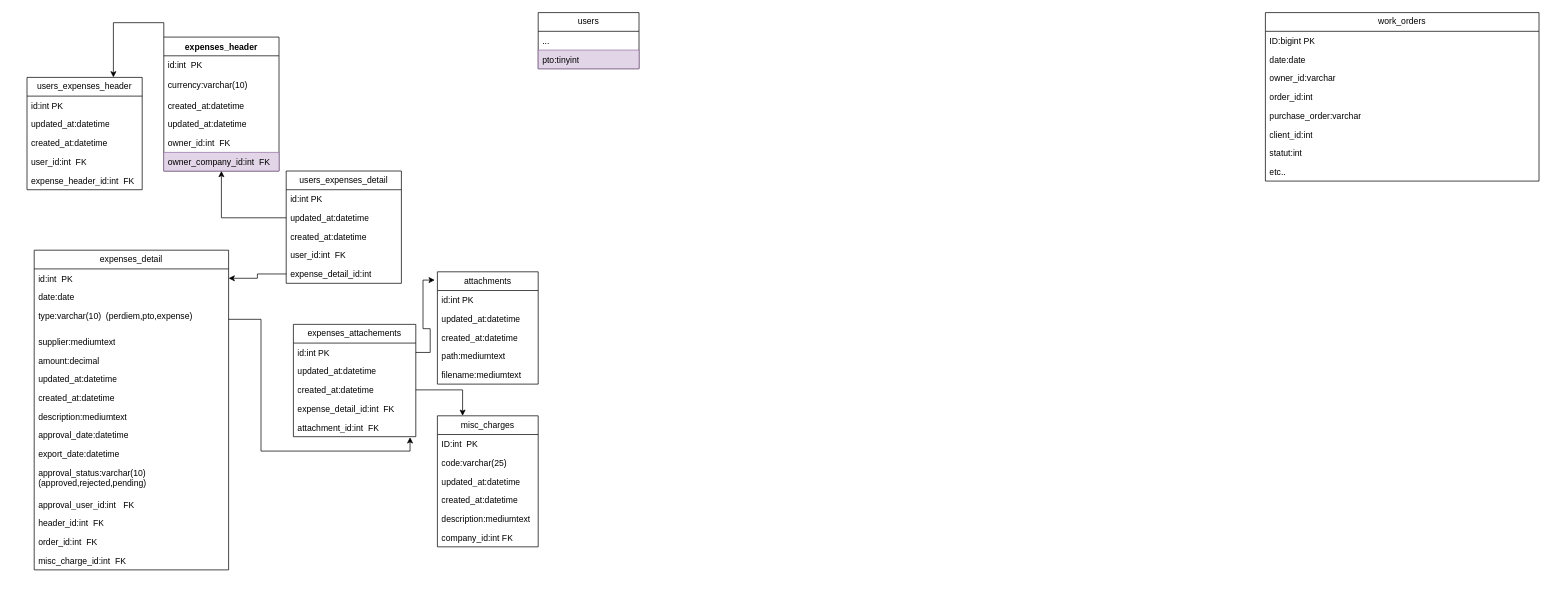
Earlier version of the draw.io diagram Expenses.drawio (antoineQualtech/DanswerFrontEnd-). Source tidied: cells renumbered, new cells numbered last; positions are measured from the earlier drawing's top-left corner, leaving out a move shared by most shapes. Both pictures are drawn from the tidied source at 72%, with x=0, y=0 at pixel (27, 12).
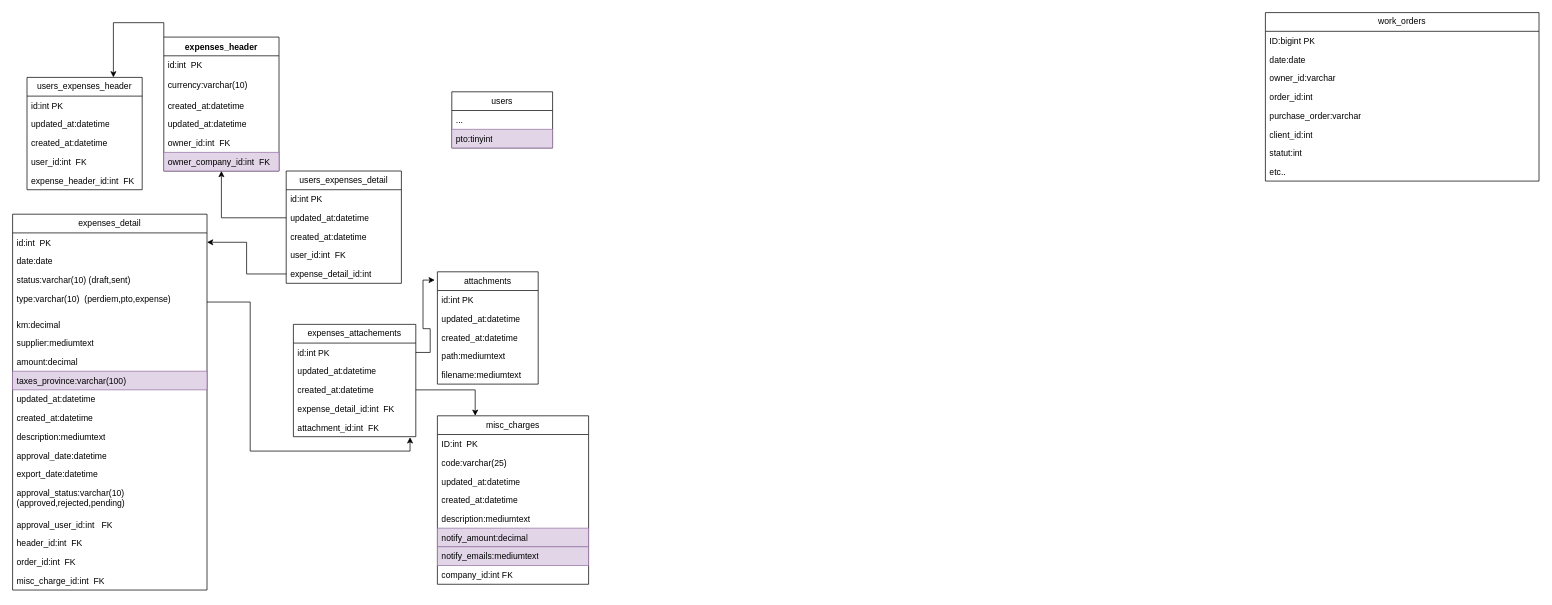
After the change.

Commit message:
Mettre à jour Expenses.drawio

What changed in the source:
```diff
@@
     <mxCell id="19" value="expenses_detail" style="swimlane;fontStyle=0;horizontal=1;startSize=26;fillColor=none;whiteSpace=wrap;html=1;" parent="1" vertex="1">
-      <mxGeometry x="10" y="330" width="270" height="444" as="geometry" />
+      <mxGeometry x="-20" y="280" width="270" height="522" as="geometry" />
     </mxCell>
@@
+    <mxCell id="74" value="status:varchar(10) (draft,sent)" style="text;strokeColor=none;fillColor=none;align=left;verticalAlign=top;spacingLeft=4;spacingRight=4;overflow=hidden;whiteSpace=wrap;html=1;" parent="19" vertex="1">
+      <mxGeometry y="78" width="270" height="26" as="geometry" />
+    </mxCell>
     <mxCell id="22" value="type:varchar(10)&amp;nbsp; (perdiem,pto,expense)" style="text;strokeColor=none;fillColor=none;align=left;verticalAlign=top;spacingLeft=4;spacingRight=4;overflow=hidden;points=[[0,0.5],[1,0.5]];portConstraint=eastwest;whiteSpace=wrap;html=1;" parent="19" vertex="1">
-      <mxGeometry y="78" width="270" height="36" as="geometry" />
+      <mxGeometry y="104" width="270" height="36" as="geometry" />
     </mxCell>
+    <mxCell id="75" value="km:decimal" style="text;strokeColor=none;fillColor=none;align=left;verticalAlign=top;spacingLeft=4;spacingRight=4;overflow=hidden;whiteSpace=wrap;html=1;" parent="19" vertex="1">
+      <mxGeometry y="140" width="270" height="26" as="geometry" />
+    </mxCell>
     <mxCell id="23" value="supplier:mediumtext" style="text;strokeColor=none;fillColor=none;align=left;verticalAlign=top;spacingLeft=4;spacingRight=4;overflow=hidden;whiteSpace=wrap;html=1;" parent="19" vertex="1">
-      <mxGeometry y="114" width="270" height="26" as="geometry" />
+      <mxGeometry y="166" width="270" height="26" as="geometry" />
     </mxCell>
     <mxCell id="24" value="amount:decimal" style="text;strokeColor=none;fillColor=none;align=left;verticalAlign=top;spacingLeft=4;spacingRight=4;overflow=hidden;whiteSpace=wrap;html=1;" parent="19" vertex="1">
-      <mxGeometry y="140" width="270" height="26" as="geometry" />
+      <mxGeometry y="192" width="270" height="26" as="geometry" />
     </mxCell>
+    <mxCell id="76" value="&lt;span&gt;taxes_province:varchar(100)&lt;/span&gt;" style="text;strokeColor=#9673a6;fillColor=#e1d5e7;align=left;verticalAlign=top;spacingLeft=4;spacingRight=4;overflow=hidden;whiteSpace=wrap;html=1;" parent="19" vertex="1">
+      <mxGeometry y="218" width="270" height="26" as="geometry" />
+    </mxCell>
     <mxCell id="25" value="updated_at:datetime" style="text;strokeColor=none;fillColor=none;align=left;verticalAlign=top;spacingLeft=4;spacingRight=4;overflow=hidden;whiteSpace=wrap;html=1;" parent="19" vertex="1">
-      <mxGeometry y="166" width="270" height="26" as="geometry" />
+      <mxGeometry y="244" width="270" height="26" as="geometry" />
     </mxCell>
     <mxCell id="26" value="created_at:datetime" style="text;strokeColor=none;fillColor=none;align=left;verticalAlign=top;spacingLeft=4;spacingRight=4;overflow=hidden;whiteSpace=wrap;html=1;" parent="19" vertex="1">
-      <mxGeometry y="192" width="270" height="26" as="geometry" />
+      <mxGeometry y="270" width="270" height="26" as="geometry" />
     </mxCell>
     <mxCell id="27" value="description:mediumtext" style="text;strokeColor=none;fillColor=none;align=left;verticalAlign=top;spacingLeft=4;spacingRight=4;overflow=hidden;whiteSpace=wrap;html=1;" parent="19" vertex="1">
-      <mxGeometry y="218" width="270" height="26" as="geometry" />
+      <mxGeometry y="296" width="270" height="26" as="geometry" />
     </mxCell>
     <mxCell id="28" value="approval_date:datetime" style="text;strokeColor=none;fillColor=none;align=left;verticalAlign=top;spacingLeft=4;spacingRight=4;overflow=hidden;whiteSpace=wrap;html=1;" parent="19" vertex="1">
-      <mxGeometry y="244" width="270" height="26" as="geometry" />
+      <mxGeometry y="322" width="270" height="26" as="geometry" />
     </mxCell>
     <mxCell id="29" value="export_date:datetime" style="text;strokeColor=none;fillColor=none;align=left;verticalAlign=top;spacingLeft=4;spacingRight=4;overflow=hidden;whiteSpace=wrap;html=1;" parent="19" vertex="1">
-      <mxGeometry y="270" width="270" height="26" as="geometry" />
+      <mxGeometry y="348" width="270" height="26" as="geometry" />
     </mxCell>
     <mxCell id="30" value="approval_status:varchar(10) (approved,rejected,pending)" style="text;strokeColor=none;fillColor=none;align=left;verticalAlign=top;spacingLeft=4;spacingRight=4;overflow=hidden;whiteSpace=wrap;html=1;" parent="19" vertex="1">
-      <mxGeometry y="296" width="270" height="44" as="geometry" />
+      <mxGeometry y="374" width="270" height="44" as="geometry" />
     </mxCell>
     <mxCell id="31" value="approval_user_id:int&amp;nbsp; &amp;nbsp;FK" style="text;strokeColor=none;fillColor=none;align=left;verticalAlign=top;spacingLeft=4;spacingRight=4;overflow=hidden;whiteSpace=wrap;html=1;" parent="19" vertex="1">
-      <mxGeometry y="340" width="270" height="26" as="geometry" />
+      <mxGeometry y="418" width="270" height="26" as="geometry" />
     </mxCell>
     <mxCell id="32" value="header_id:int&amp;nbsp; FK" style="text;strokeColor=none;fillColor=none;align=left;verticalAlign=top;spacingLeft=4;spacingRight=4;overflow=hidden;whiteSpace=wrap;html=1;" parent="19" vertex="1">
-      <mxGeometry y="366" width="270" height="26" as="geometry" />
+      <mxGeometry y="444" width="270" height="26" as="geometry" />
     </mxCell>
     <mxCell id="33" value="order_id:int&amp;nbsp; FK" style="text;strokeColor=none;fillColor=none;align=left;verticalAlign=top;spacingLeft=4;spacingRight=4;overflow=hidden;whiteSpace=wrap;html=1;" parent="19" vertex="1">
-      <mxGeometry y="392" width="270" height="26" as="geometry" />
+      <mxGeometry y="470" width="270" height="26" as="geometry" />
     </mxCell>
     <mxCell id="34" value="misc_charge_id:int&amp;nbsp; FK" style="text;strokeColor=none;fillColor=none;align=left;verticalAlign=top;spacingLeft=4;spacingRight=4;overflow=hidden;whiteSpace=wrap;html=1;" parent="19" vertex="1">
-      <mxGeometry y="418" width="270" height="26" as="geometry" />
+      <mxGeometry y="496" width="270" height="26" as="geometry" />
     </mxCell>
@@
     <mxCell id="41" value="misc_charges" style="swimlane;fontStyle=0;horizontal=1;startSize=26;fillColor=none;whiteSpace=wrap;html=1;" parent="1" vertex="1">
-      <mxGeometry x="570" y="560" width="140" height="182" as="geometry" />
+      <mxGeometry x="570" y="560" width="210" height="234" as="geometry" />
     </mxCell>
     <mxCell id="42" value="ID:int&amp;nbsp; PK" style="text;strokeColor=none;fillColor=none;align=left;verticalAlign=top;spacingLeft=4;spacingRight=4;overflow=hidden;whiteSpace=wrap;html=1;" parent="41" vertex="1">
-      <mxGeometry y="26" width="140" height="26" as="geometry" />
+      <mxGeometry y="26" width="210" height="26" as="geometry" />
     </mxCell>
     <mxCell id="43" value="code:varchar(25)" style="text;strokeColor=none;fillColor=none;align=left;verticalAlign=top;spacingLeft=4;spacingRight=4;overflow=hidden;whiteSpace=wrap;html=1;" parent="41" vertex="1">
-      <mxGeometry y="52" width="140" height="26" as="geometry" />
+      <mxGeometry y="52" width="210" height="26" as="geometry" />
     </mxCell>
     <mxCell id="44" value="updated_at:datetime" style="text;strokeColor=none;fillColor=none;align=left;verticalAlign=top;spacingLeft=4;spacingRight=4;overflow=hidden;whiteSpace=wrap;html=1;" parent="41" vertex="1">
-      <mxGeometry y="78" width="140" height="26" as="geometry" />
+      <mxGeometry y="78" width="210" height="26" as="geometry" />
     </mxCell>
     <mxCell id="45" value="created_at:datetime" style="text;strokeColor=none;fillColor=none;align=left;verticalAlign=top;spacingLeft=4;spacingRight=4;overflow=hidden;whiteSpace=wrap;html=1;" parent="41" vertex="1">
-      <mxGeometry y="104" width="140" height="26" as="geometry" />
+      <mxGeometry y="104" width="210" height="26" as="geometry" />
     </mxCell>
     <mxCell id="46" value="description:mediumtext" style="text;strokeColor=none;fillColor=none;align=left;verticalAlign=top;spacingLeft=4;spacingRight=4;overflow=hidden;whiteSpace=wrap;html=1;" parent="41" vertex="1">
-      <mxGeometry y="130" width="140" height="26" as="geometry" />
+      <mxGeometry y="130" width="210" height="26" as="geometry" />
     </mxCell>
+    <mxCell id="77" value="notify_amount:decimal" style="text;strokeColor=#9673a6;fillColor=#e1d5e7;align=left;verticalAlign=top;spacingLeft=4;spacingRight=4;overflow=hidden;whiteSpace=wrap;html=1;" parent="41" vertex="1">
+      <mxGeometry y="156" width="210" height="26" as="geometry" />
+    </mxCell>
+    <mxCell id="78" value="notify_emails:mediumtext" style="text;strokeColor=#9673a6;fillColor=#e1d5e7;align=left;verticalAlign=top;spacingLeft=4;spacingRight=4;overflow=hidden;whiteSpace=wrap;html=1;" parent="41" vertex="1">
+      <mxGeometry y="182" width="210" height="26" as="geometry" />
+    </mxCell>
     <mxCell id="47" value="company_id:int FK" style="text;strokeColor=none;fillColor=none;align=left;verticalAlign=top;spacingLeft=4;spacingRight=4;overflow=hidden;whiteSpace=wrap;html=1;" parent="41" vertex="1">
-      <mxGeometry y="156" width="140" height="26" as="geometry" />
+      <mxGeometry y="208" width="210" height="26" as="geometry" />
     </mxCell>
@@
     <mxCell id="70" value="users" style="swimlane;fontStyle=0;horizontal=1;startSize=26;fillColor=none;whiteSpace=wrap;html=1;" parent="1" vertex="1">
-      <mxGeometry x="710" width="140" height="78" as="geometry" />
+      <mxGeometry x="590" y="110" width="140" height="78" as="geometry" />
     </mxCell>
```
